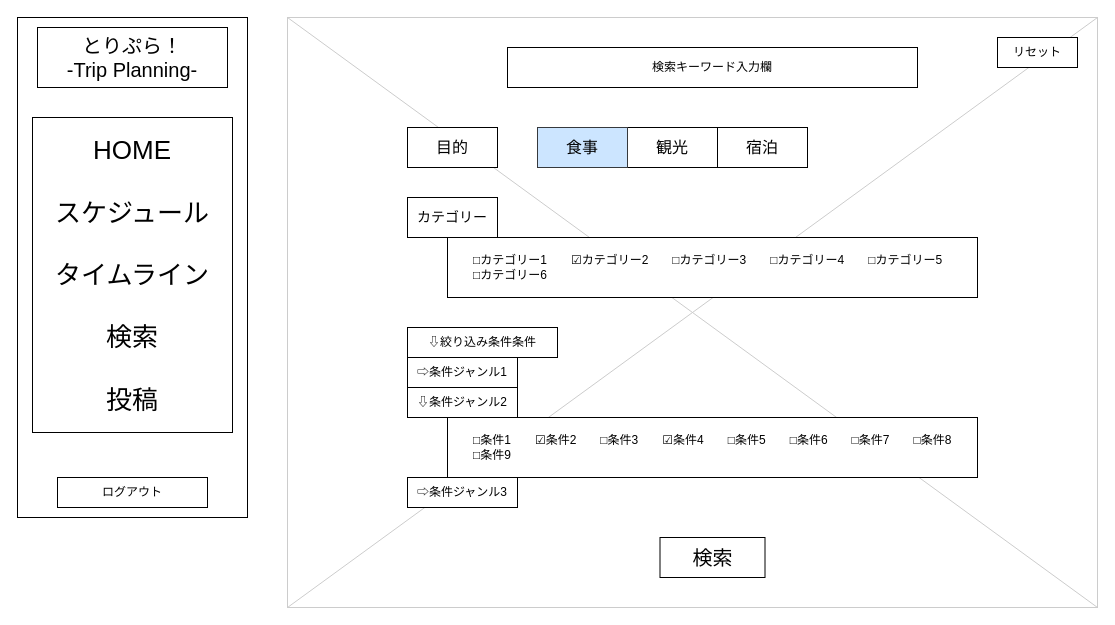
JunkiYuasa/trip_planning keeps this draw.io diagram as page "検索" (5 of 6) of wire_frame.drawio. Above is the earlier version. Source tidied: cells renumbered, new cells numbered last; positions are measured from the earlier drawing's top-left corner, leaving out a move shared by most shapes. Both pictures are drawn from the tidied source at 100%, with x=0, y=0 at pixel (17, 17).
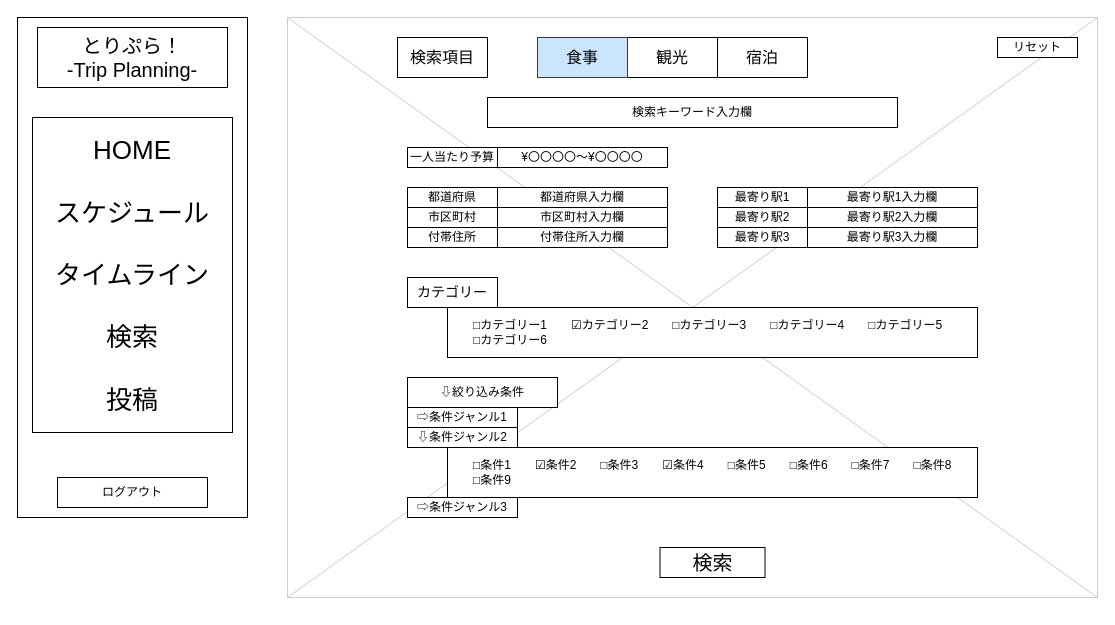
The same page after the edit.

The edit, as a diff of the source:
```diff
@@
     <mxCell id="6" style="verticalLabelPosition=bottom;verticalAlign=top;strokeWidth=1;shape=mxgraph.mockup.graphics.iconGrid;strokeColor=#CCCCCC;gridSize=1,1;" parent="1" vertex="1">
-      <mxGeometry x="270" width="810" height="590" as="geometry" />
+      <mxGeometry x="270" width="810" height="580" as="geometry" />
     </mxCell>
     <mxCell id="7" value="検索キーワード入力欄" style="rounded=0;whiteSpace=wrap;html=1;" parent="1" vertex="1">
-      <mxGeometry x="490" y="30" width="410" height="40" as="geometry" />
+      <mxGeometry x="470" y="80" width="410" height="30" as="geometry" />
     </mxCell>
-    <mxCell id="8" value="&lt;font style=&quot;font-size: 16px;&quot;&gt;目的&lt;/font&gt;" style="rounded=0;whiteSpace=wrap;html=1;" parent="1" vertex="1">
-      <mxGeometry x="390" y="110" width="90" height="40" as="geometry" />
+    <mxCell id="8" value="&lt;font style=&quot;font-size: 16px;&quot;&gt;検索項目&lt;/font&gt;" style="rounded=0;whiteSpace=wrap;html=1;" parent="1" vertex="1">
+      <mxGeometry x="380" y="20" width="90" height="40" as="geometry" />
     </mxCell>
     <mxCell id="9" value="&lt;font style=&quot;font-size: 16px;&quot;&gt;宿泊&lt;/font&gt;" style="rounded=0;whiteSpace=wrap;html=1;" parent="1" vertex="1">
-      <mxGeometry x="700" y="110" width="90" height="40" as="geometry" />
+      <mxGeometry x="700" y="20" width="90" height="40" as="geometry" />
     </mxCell>
     <mxCell id="10" value="&lt;font style=&quot;font-size: 16px;&quot;&gt;観光&lt;/font&gt;" style="rounded=0;whiteSpace=wrap;html=1;" parent="1" vertex="1">
-      <mxGeometry x="610" y="110" width="90" height="40" as="geometry" />
+      <mxGeometry x="610" y="20" width="90" height="40" as="geometry" />
     </mxCell>
     <mxCell id="11" value="&lt;font style=&quot;font-size: 16px;&quot;&gt;食事&lt;/font&gt;" style="rounded=0;whiteSpace=wrap;html=1;fillColor=#cce5ff;strokeColor=#36393d;" parent="1" vertex="1">
-      <mxGeometry x="520" y="110" width="90" height="40" as="geometry" />
+      <mxGeometry x="520" y="20" width="90" height="40" as="geometry" />
     </mxCell>
-    <mxCell id="12" value="&lt;font style=&quot;font-size: 12px;&quot;&gt;⇩絞り込み条件条件&lt;/font&gt;" style="rounded=0;whiteSpace=wrap;html=1;" parent="1" vertex="1">
-      <mxGeometry x="390" y="310" width="150" height="30" as="geometry" />
+    <mxCell id="12" value="&lt;font style=&quot;font-size: 12px;&quot;&gt;⇩絞り込み条件&lt;/font&gt;" style="rounded=0;whiteSpace=wrap;html=1;" parent="1" vertex="1">
+      <mxGeometry x="390" y="360" width="150" height="30" as="geometry" />
     </mxCell>
     <mxCell id="13" value="&lt;font style=&quot;font-size: 12px;&quot;&gt;⇨条件ジャンル1&lt;/font&gt;" style="rounded=0;whiteSpace=wrap;html=1;" parent="1" vertex="1">
-      <mxGeometry x="390" y="340" width="110" height="30" as="geometry" />
+      <mxGeometry x="390" y="390" width="110" height="20" as="geometry" />
     </mxCell>
     <mxCell id="14" value="&lt;font style=&quot;font-size: 12px;&quot;&gt;⇩条件ジャンル2&lt;/font&gt;" style="rounded=0;whiteSpace=wrap;html=1;" parent="1" vertex="1">
-      <mxGeometry x="390" y="370" width="110" height="30" as="geometry" />
+      <mxGeometry x="390" y="410" width="110" height="20" as="geometry" />
     </mxCell>
     <mxCell id="15" value="&lt;font style=&quot;font-size: 12px;&quot;&gt;⇨条件ジャンル3&lt;/font&gt;" style="rounded=0;whiteSpace=wrap;html=1;" parent="1" vertex="1">
-      <mxGeometry x="390" y="460" width="110" height="30" as="geometry" />
+      <mxGeometry x="390" y="480" width="110" height="20" as="geometry" />
     </mxCell>
     <mxCell id="16" value="　　□条件1　　☑条件2　　□条件3　　☑条件4　　□条件5　　□条件6　　□条件7　　□条件8　　&lt;div&gt;　　□条件9&lt;/div&gt;" style="rounded=0;whiteSpace=wrap;html=1;align=left;" parent="1" vertex="1">
-      <mxGeometry x="430" y="400" width="530" height="60" as="geometry" />
+      <mxGeometry x="430" y="430" width="530" height="50" as="geometry" />
     </mxCell>
     <mxCell id="17" value="&lt;font style=&quot;font-size: 14px;&quot;&gt;カテゴリー&lt;/font&gt;" style="rounded=0;whiteSpace=wrap;html=1;" parent="1" vertex="1">
-      <mxGeometry x="390" y="180" width="90" height="40" as="geometry" />
+      <mxGeometry x="390" y="260" width="90" height="30" as="geometry" />
     </mxCell>
     <mxCell id="18" value="　　□カテゴリー1　　☑カテゴリー2　　□カテゴリー3　　□カテゴリー4　　□カテゴリー5　　　　&lt;div&gt;　　□カテゴリー6&lt;/div&gt;" style="rounded=0;whiteSpace=wrap;html=1;align=left;" parent="1" vertex="1">
-      <mxGeometry x="430" y="220" width="530" height="60" as="geometry" />
+      <mxGeometry x="430" y="290" width="530" height="50" as="geometry" />
     </mxCell>
     <mxCell id="19" value="&lt;font style=&quot;font-size: 20px;&quot;&gt;検索&lt;/font&gt;" style="rounded=0;whiteSpace=wrap;html=1;" parent="1" vertex="1">
-      <mxGeometry x="642.5" y="520" width="105" height="40" as="geometry" />
+      <mxGeometry x="642.5" y="530" width="105" height="30" as="geometry" />
     </mxCell>
     <mxCell id="20" value="リセット" style="rounded=0;whiteSpace=wrap;html=1;" parent="1" vertex="1">
-      <mxGeometry x="980" y="20" width="80" height="30" as="geometry" />
+      <mxGeometry x="980" y="20" width="80" height="20" as="geometry" />
     </mxCell>
+    <mxCell id="21" value="&lt;font style=&quot;font-size: 12px;&quot;&gt;一人当たり予算&lt;/font&gt;" style="rounded=0;whiteSpace=wrap;html=1;" parent="1" vertex="1">
+      <mxGeometry x="390" y="130" width="90" height="20" as="geometry" />
+    </mxCell>
+    <mxCell id="22" value="&lt;font style=&quot;font-size: 12px;&quot;&gt;¥〇〇〇〇～¥〇〇〇〇&lt;/font&gt;" style="rounded=0;whiteSpace=wrap;html=1;" parent="1" vertex="1">
+      <mxGeometry x="480" y="130" width="170" height="20" as="geometry" />
+    </mxCell>
+    <mxCell id="23" value="&lt;font style=&quot;font-size: 12px;&quot;&gt;都道府県&lt;/font&gt;" style="rounded=0;whiteSpace=wrap;html=1;" parent="1" vertex="1">
+      <mxGeometry x="390" y="170" width="90" height="20" as="geometry" />
+    </mxCell>
+    <mxCell id="24" value="都道府県入力欄" style="rounded=0;whiteSpace=wrap;html=1;" parent="1" vertex="1">
+      <mxGeometry x="480" y="170" width="170" height="20" as="geometry" />
+    </mxCell>
+    <mxCell id="25" value="&lt;font style=&quot;font-size: 12px;&quot;&gt;市区町村&lt;/font&gt;" style="rounded=0;whiteSpace=wrap;html=1;" parent="1" vertex="1">
+      <mxGeometry x="390" y="190" width="90" height="20" as="geometry" />
+    </mxCell>
+    <mxCell id="26" value="市区町村入力欄" style="rounded=0;whiteSpace=wrap;html=1;" parent="1" vertex="1">
+      <mxGeometry x="480" y="190" width="170" height="20" as="geometry" />
+    </mxCell>
+    <mxCell id="27" value="&lt;font style=&quot;font-size: 12px;&quot;&gt;付帯住所&lt;/font&gt;" style="rounded=0;whiteSpace=wrap;html=1;" parent="1" vertex="1">
+      <mxGeometry x="390" y="210" width="90" height="20" as="geometry" />
+    </mxCell>
+    <mxCell id="28" value="&lt;font style=&quot;font-size: 12px;&quot;&gt;付帯住所入力欄&lt;/font&gt;" style="rounded=0;whiteSpace=wrap;html=1;" parent="1" vertex="1">
+      <mxGeometry x="480" y="210" width="170" height="20" as="geometry" />
+    </mxCell>
+    <mxCell id="29" value="&lt;font style=&quot;font-size: 12px;&quot;&gt;最寄り駅1&lt;/font&gt;" style="rounded=0;whiteSpace=wrap;html=1;" parent="1" vertex="1">
+      <mxGeometry x="700" y="170" width="90" height="20" as="geometry" />
+    </mxCell>
+    <mxCell id="30" value="最寄り駅1入力欄" style="rounded=0;whiteSpace=wrap;html=1;" parent="1" vertex="1">
+      <mxGeometry x="790" y="170" width="170" height="20" as="geometry" />
+    </mxCell>
+    <mxCell id="31" value="最寄り駅2" style="rounded=0;whiteSpace=wrap;html=1;" parent="1" vertex="1">
+      <mxGeometry x="700" y="190" width="90" height="20" as="geometry" />
+    </mxCell>
+    <mxCell id="32" value="最寄り駅2入力欄" style="rounded=0;whiteSpace=wrap;html=1;" parent="1" vertex="1">
+      <mxGeometry x="790" y="190" width="170" height="20" as="geometry" />
+    </mxCell>
+    <mxCell id="33" value="最寄り駅3" style="rounded=0;whiteSpace=wrap;html=1;" parent="1" vertex="1">
+      <mxGeometry x="700" y="210" width="90" height="20" as="geometry" />
+    </mxCell>
+    <mxCell id="34" value="最寄り駅3入力欄" style="rounded=0;whiteSpace=wrap;html=1;" parent="1" vertex="1">
+      <mxGeometry x="790" y="210" width="170" height="20" as="geometry" />
+    </mxCell>
```
